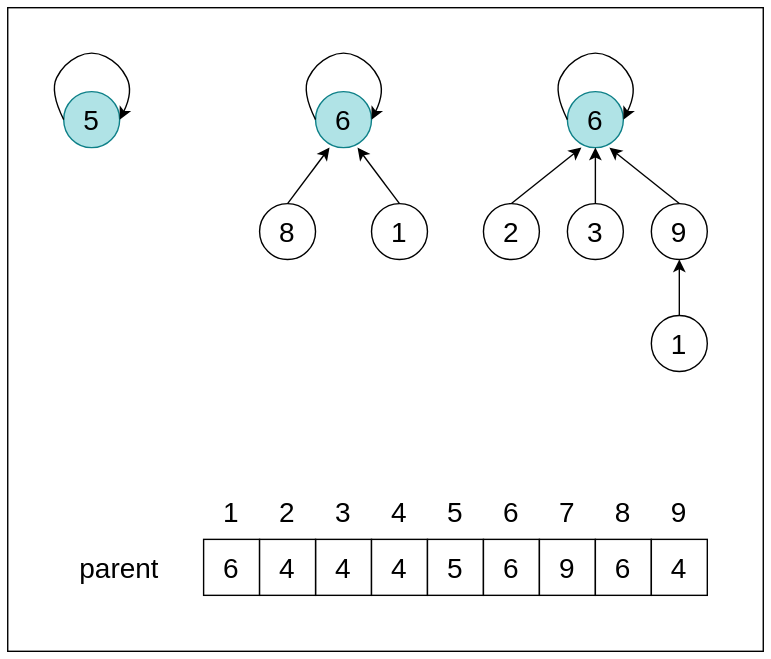
This is Algorithms/img/DisjointSet1.svg from TBD2021/Salt-and-Computer-Science, a draw.io export, as it was before one commit. Source tidied: cells renumbered, new cells last; positions are measured from the earlier drawing's top-left corner, leaving out a move shared by most shapes.
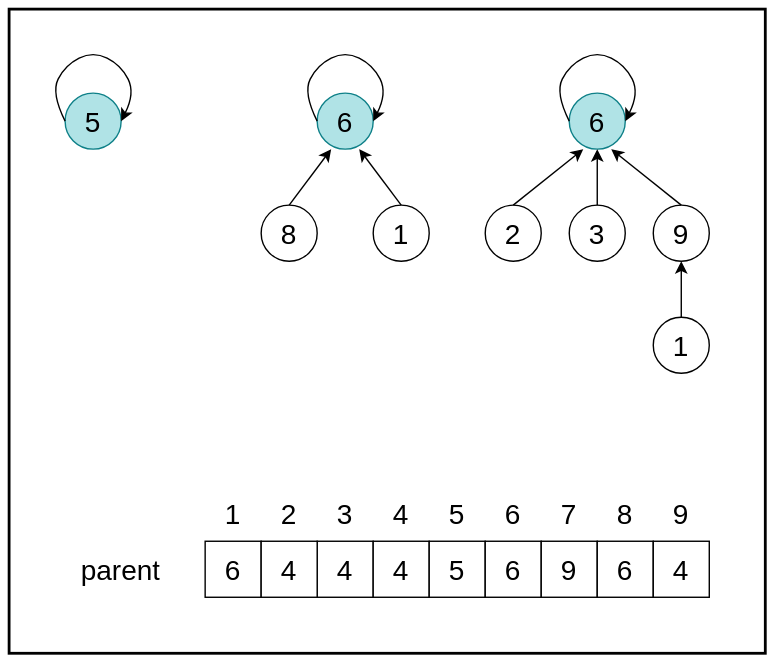
Later version of the same file.

Change to the diagram source:
```diff
@@ -2,7 +2,7 @@
   <root>
     <mxCell id="0" />
     <mxCell id="1" parent="0" />
-    <mxCell id="2" style="rounded=0;whiteSpace=wrap;html=1;" parent="1" vertex="1">
+    <mxCell id="2" style="rounded=0;whiteSpace=wrap;html=1;strokeWidth=2;" parent="1" vertex="1">
       <mxGeometry width="540" height="460" as="geometry" />
     </mxCell>
     <mxCell id="3" style="rounded=0;whiteSpace=wrap;html=1;" parent="1" vertex="1">
```
